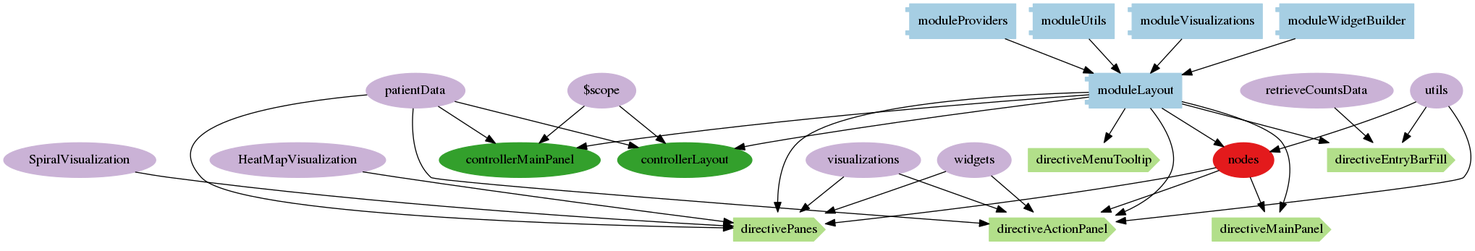
nevesnunes/MultiViz keeps this Graphviz diagram as architecture/png/modules/moduleLayout.png. Above is the earlier version. Its source is kept beside it as architecture/dot/modules/moduleLayout.dot.
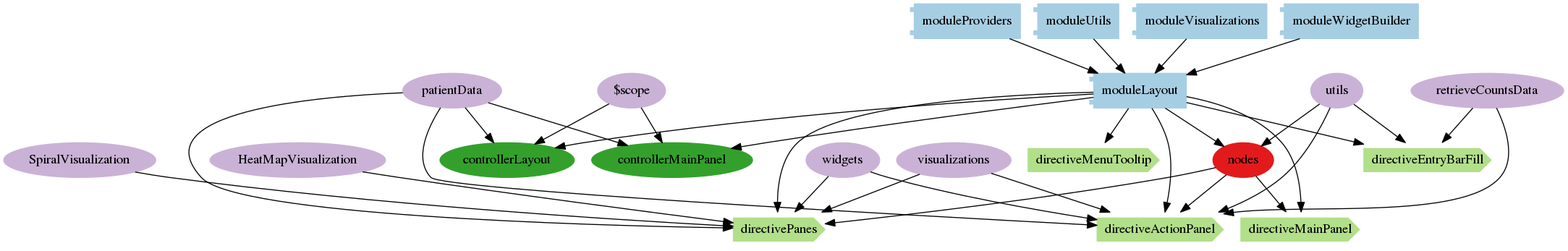
Above is the later version.

Change to the diagram source:
```diff
@@ -102,6 +102,9 @@
         "nodes"[label="nodes"]
         "nodes" -> "directiveActionPanel"
 
+        "retrieveCountsData"[label="retrieveCountsData"]
+        "retrieveCountsData" -> "directiveActionPanel"
+
 
 
         "widgets"[label="widgets"]
```
